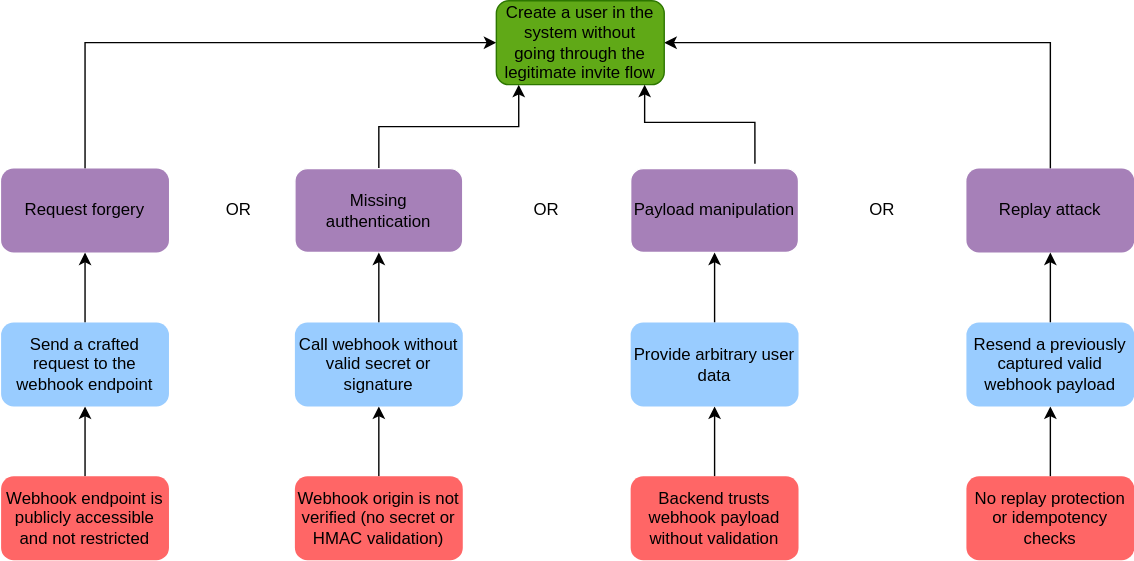
Before: docs/attack-trees/osorio1220846/images/Confirm_Invite.drawio.svg, a diagram exported from draw.io (mei-desofs/desofs2026-thu_crr_1). Source tidied: cells renumbered, new cells last; positions are measured from the earlier drawing's top-left corner, leaving out a move shared by most shapes.
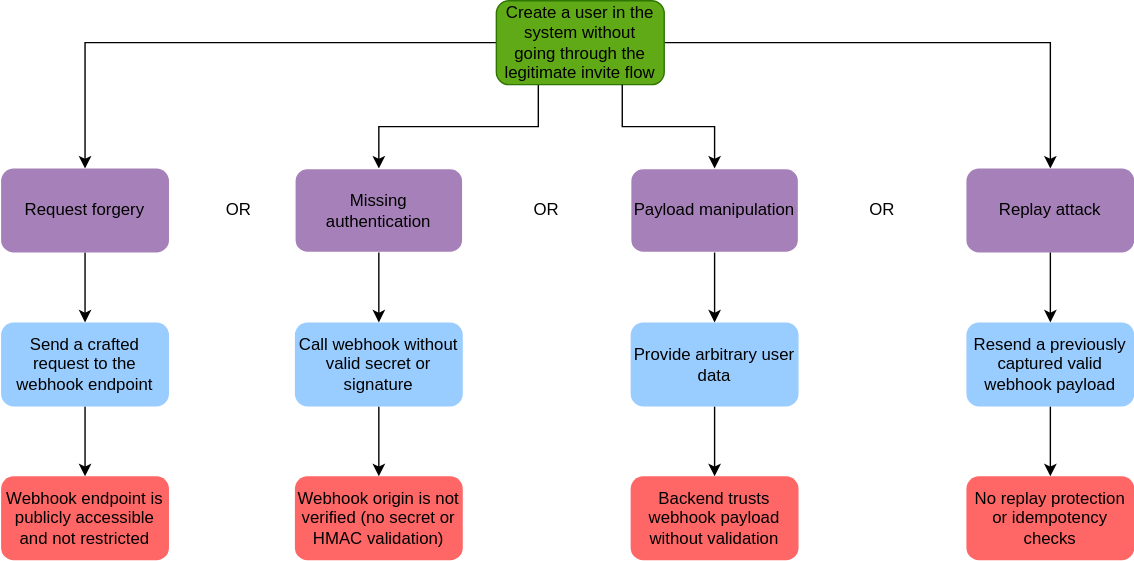
The same diagram one commit later.

What changed in the source:
```diff
@@ -2,38 +2,34 @@
   <root>
     <mxCell id="0" />
     <mxCell id="1" parent="0" />
-    <mxCell id="2" style="edgeStyle=orthogonalEdgeStyle;rounded=0;jettySize=auto;html=1;exitX=0.5;exitY=0;exitDx=0;exitDy=0;entryX=0;entryY=0.5;entryDx=0;entryDy=0;fontColor=light-dark(#000000,#000000);" parent="1" edge="1" source="8" target="7">
-      <mxGeometry relative="1" as="geometry">
-        <Array as="points">
-          <mxPoint x="60" y="30" />
-        </Array>
-      </mxGeometry>
-    </mxCell>
-    <mxCell id="3" style="edgeStyle=orthogonalEdgeStyle;rounded=0;jettySize=auto;html=1;exitX=0.5;exitY=0;exitDx=0;exitDy=0;fontColor=light-dark(#000000,#000000);" parent="1" edge="1" source="9" target="7">
-      <mxGeometry relative="1" as="geometry">
-        <Array as="points">
-          <mxPoint x="270" y="90" />
-          <mxPoint x="370" y="90" />
-        </Array>
-      </mxGeometry>
-    </mxCell>
-    <mxCell id="4" style="edgeStyle=orthogonalEdgeStyle;rounded=0;jettySize=auto;html=1;exitX=0.5;exitY=0;exitDx=0;exitDy=0;entryX=1;entryY=0.5;entryDx=0;entryDy=0;fontColor=light-dark(#000000,#000000);" parent="1" edge="1" source="10" target="7">
-      <mxGeometry relative="1" as="geometry" />
-    </mxCell>
-    <mxCell id="5" style="edgeStyle=orthogonalEdgeStyle;rounded=0;jettySize=auto;html=1;exitX=0.5;exitY=0;exitDx=0;exitDy=0;fontColor=light-dark(#000000,#000000);" parent="1" edge="1" source="11">
-      <mxGeometry relative="1" as="geometry">
-        <mxPoint x="60" y="180" as="targetPoint" />
-        <Array as="points">
-          <mxPoint x="60" y="220" />
-          <mxPoint x="60" y="220" />
-        </Array>
-      </mxGeometry>
-    </mxCell>
-    <mxCell id="6" style="edgeStyle=orthogonalEdgeStyle;rounded=0;jettySize=auto;html=1;exitX=0.5;exitY=0;exitDx=0;exitDy=0;entryX=0.5;entryY=1;entryDx=0;entryDy=0;fontColor=light-dark(#000000,#000000);" parent="1" edge="1" target="11">
-      <mxGeometry relative="1" as="geometry">
-        <mxPoint x="60" y="340" as="sourcePoint" />
-      </mxGeometry>
-    </mxCell>
+    <mxCell id="30" style="edgeStyle=orthogonalEdgeStyle;rounded=0;jettySize=auto;html=1;exitX=0;exitY=0.5;exitDx=0;exitDy=0;entryX=0.5;entryY=0;entryDx=0;entryDy=0;fontColor=light-dark(#000000,#000000);" parent="1" edge="1" source="7" target="8">
+      <mxGeometry relative="1" as="geometry">
+        <Array as="points">
+          <mxPoint x="60" y="30" />
+        </Array>
+      </mxGeometry>
+    </mxCell>
+    <mxCell id="31" style="edgeStyle=orthogonalEdgeStyle;rounded=0;jettySize=auto;html=1;exitX=0.25;exitY=1;exitDx=0;exitDy=0;fontColor=light-dark(#000000,#000000);entryX=0.5;entryY=0;entryDx=0;entryDy=0;" parent="1" edge="1" source="7" target="9">
+      <mxGeometry relative="1" as="geometry">
+        <Array as="points">
+          <mxPoint x="384" y="90" />
+          <mxPoint x="270" y="90" />
+        </Array>
+      </mxGeometry>
+    </mxCell>
+    <mxCell id="32" style="edgeStyle=orthogonalEdgeStyle;rounded=0;jettySize=auto;html=1;exitX=1;exitY=0.5;exitDx=0;exitDy=0;entryX=0.5;entryY=0;entryDx=0;entryDy=0;fontColor=light-dark(#000000,#000000);" parent="1" edge="1" source="7" target="10">
+      <mxGeometry relative="1" as="geometry">
+        <Array as="points">
+          <mxPoint x="750" y="30" />
+        </Array>
+      </mxGeometry>
+    </mxCell>
+    <mxCell id="33" style="edgeStyle=orthogonalEdgeStyle;rounded=0;jettySize=auto;html=1;exitX=0.5;exitY=1;exitDx=0;exitDy=0;fontColor=light-dark(#000000,#000000);entryX=0.5;entryY=0;entryDx=0;entryDy=0;" parent="1" edge="1" source="8" target="11">
+      <mxGeometry relative="1" as="geometry" />
+    </mxCell>
+    <mxCell id="34" style="edgeStyle=orthogonalEdgeStyle;rounded=0;jettySize=auto;html=1;exitX=0.5;exitY=1;exitDx=0;exitDy=0;entryX=0.5;entryY=0;entryDx=0;entryDy=0;fontColor=light-dark(#000000,#000000);" parent="1" edge="1" source="11" target="12">
+      <mxGeometry relative="1" as="geometry" />
+    </mxCell>
     <mxCell id="7" value="Create a user in the system without going&amp;nbsp;through the legitimate invite flow" style="rounded=1;whiteSpace=wrap;html=1;fillColor=#60a917;strokeColor=#2D7600;fontColor=light-dark(#000000,#000000);" parent="1" vertex="1">
       <mxGeometry x="354" width="120" height="60" as="geometry" />
     </mxCell>
@@ -58,32 +54,24 @@
     <mxCell id="14" value="OR" style="text;html=1;whiteSpace=wrap;strokeColor=none;fillColor=none;align=center;verticalAlign=middle;rounded=0;fontColor=light-dark(#000000,#FFFFFF);" parent="1" vertex="1">
       <mxGeometry x="600" y="135" width="60" height="30" as="geometry" />
     </mxCell>
-    <mxCell id="15" style="edgeStyle=orthogonalEdgeStyle;rounded=0;jettySize=auto;html=1;exitX=0.5;exitY=0;exitDx=0;exitDy=0;fontColor=light-dark(#000000,#000000);" parent="1" edge="1" source="17">
-      <mxGeometry relative="1" as="geometry">
-        <mxPoint x="750" y="180" as="targetPoint" />
-        <Array as="points">
-          <mxPoint x="750" y="220" />
-          <mxPoint x="750" y="220" />
-        </Array>
-      </mxGeometry>
-    </mxCell>
-    <mxCell id="16" style="edgeStyle=orthogonalEdgeStyle;rounded=0;jettySize=auto;html=1;exitX=0.5;exitY=0;exitDx=0;exitDy=0;entryX=0.5;entryY=1;entryDx=0;entryDy=0;fontColor=light-dark(#000000,#000000);" parent="1" edge="1" target="17">
-      <mxGeometry relative="1" as="geometry">
-        <mxPoint x="750" y="340" as="sourcePoint" />
-      </mxGeometry>
-    </mxCell>
+    <mxCell id="35" style="edgeStyle=orthogonalEdgeStyle;rounded=0;jettySize=auto;html=1;exitX=0.5;exitY=1;exitDx=0;exitDy=0;fontColor=light-dark(#000000,#000000);" parent="1" edge="1" source="10" target="17">
+      <mxGeometry relative="1" as="geometry" />
+    </mxCell>
+    <mxCell id="36" style="edgeStyle=orthogonalEdgeStyle;rounded=0;jettySize=auto;html=1;exitX=0.5;exitY=1;exitDx=0;exitDy=0;entryX=0.5;entryY=0;entryDx=0;entryDy=0;fontColor=light-dark(#000000,#000000);" parent="1" edge="1" source="17" target="18">
+      <mxGeometry relative="1" as="geometry" />
+    </mxCell>
     <mxCell id="17" value="Resend a previously captured valid webhook payload" style="rounded=1;whiteSpace=wrap;html=1;fillColor=#99CCFF;align=center;strokeColor=none;fontColor=light-dark(#000000,#000000);" parent="1" vertex="1">
       <mxGeometry x="690" y="230" width="120" height="60" as="geometry" />
     </mxCell>
     <mxCell id="18" value="No replay protection or idempotency checks" style="rounded=1;whiteSpace=wrap;html=1;fillColor=#FF6666;strokeColor=none;fontColor=light-dark(#000000,#000000);" parent="1" vertex="1">
       <mxGeometry x="690" y="340" width="120" height="60" as="geometry" />
     </mxCell>
-    <mxCell id="19" style="edgeStyle=orthogonalEdgeStyle;rounded=0;jettySize=auto;html=1;exitX=0.5;exitY=0;exitDx=0;exitDy=0;entryX=0.5;entryY=1;entryDx=0;entryDy=0;fontColor=light-dark(#000000,#000000);" parent="1" edge="1" source="22" target="21">
-      <mxGeometry relative="1" as="geometry" />
-    </mxCell>
-    <mxCell id="20" style="edgeStyle=orthogonalEdgeStyle;rounded=0;jettySize=auto;html=1;" parent="1" edge="1" source="21" target="9">
-      <mxGeometry relative="1" as="geometry" />
-    </mxCell>
+    <mxCell id="37" style="edgeStyle=orthogonalEdgeStyle;rounded=0;jettySize=auto;html=1;exitX=0.5;exitY=1;exitDx=0;exitDy=0;entryX=0.5;entryY=0;entryDx=0;entryDy=0;fontColor=light-dark(#000000,#000000);" parent="1" edge="1" source="21" target="22">
+      <mxGeometry relative="1" as="geometry" />
+    </mxCell>
+    <mxCell id="38" style="edgeStyle=orthogonalEdgeStyle;rounded=0;jettySize=auto;html=1;exitX=0.5;exitY=1;exitDx=0;exitDy=0;" parent="1" edge="1" source="9" target="21">
+      <mxGeometry relative="1" as="geometry" />
+    </mxCell>
     <mxCell id="21" value="Call webhook without valid secret or signature" style="rounded=1;whiteSpace=wrap;html=1;fillColor=#99CCFF;align=center;strokeColor=none;fontColor=light-dark(#000000,#000000);" parent="1" vertex="1">
       <mxGeometry x="210" y="230" width="120" height="60" as="geometry" />
     </mxCell>
@@ -93,28 +81,26 @@
     <mxCell id="23" value="Payload manipulation" style="rounded=1;whiteSpace=wrap;html=1;fillColor=#A680B8;strokeColor=#FFFFFF;fontColor=light-dark(#000000,#000000);" parent="1" vertex="1">
       <mxGeometry x="450" y="120" width="120" height="60" as="geometry" />
     </mxCell>
-    <mxCell id="24" style="edgeStyle=orthogonalEdgeStyle;rounded=0;jettySize=auto;html=1;exitX=0.5;exitY=0;exitDx=0;exitDy=0;entryX=0.5;entryY=1;entryDx=0;entryDy=0;fontColor=light-dark(#000000,#000000);" parent="1" edge="1" source="27" target="26">
-      <mxGeometry relative="1" as="geometry" />
-    </mxCell>
-    <mxCell id="25" style="edgeStyle=orthogonalEdgeStyle;rounded=0;jettySize=auto;html=1;" parent="1" edge="1" source="26" target="23">
-      <mxGeometry relative="1" as="geometry" />
-    </mxCell>
+    <mxCell id="39" style="edgeStyle=orthogonalEdgeStyle;rounded=0;jettySize=auto;html=1;exitX=0.5;exitY=1;exitDx=0;exitDy=0;entryX=0.5;entryY=0;entryDx=0;entryDy=0;fontColor=light-dark(#000000,#000000);" parent="1" edge="1" source="26" target="27">
+      <mxGeometry relative="1" as="geometry" />
+    </mxCell>
+    <mxCell id="40" style="edgeStyle=orthogonalEdgeStyle;rounded=0;jettySize=auto;html=1;entryX=0.5;entryY=0;entryDx=0;entryDy=0;exitX=0.5;exitY=1;exitDx=0;exitDy=0;" parent="1" edge="1" source="23" target="26">
+      <mxGeometry relative="1" as="geometry" />
+    </mxCell>
     <mxCell id="26" value="Provide arbitrary user data" style="rounded=1;whiteSpace=wrap;html=1;fillColor=#99CCFF;align=center;strokeColor=none;fontColor=light-dark(#000000,#000000);" parent="1" vertex="1">
       <mxGeometry x="450" y="230" width="120" height="60" as="geometry" />
     </mxCell>
     <mxCell id="27" value="Backend trusts webhook payload without validation" style="rounded=1;whiteSpace=wrap;html=1;fillColor=#FF6666;strokeColor=none;fontColor=light-dark(#000000,#000000);" parent="1" vertex="1">
       <mxGeometry x="450" y="340" width="120" height="60" as="geometry" />
     </mxCell>
-    <mxCell id="28" style="edgeStyle=orthogonalEdgeStyle;rounded=0;orthogonalLoop=1;jettySize=auto;html=1;exitX=0.5;exitY=0;exitDx=0;exitDy=0;fontColor=light-dark(#000000,#000000);entryX=0.643;entryY=1.057;entryDx=0;entryDy=0;entryPerimeter=0;" parent="1" edge="1">
-      <mxGeometry relative="1" as="geometry">
-        <mxPoint x="538.8" y="116.6" as="sourcePoint" />
-        <mxPoint x="460" y="60" as="targetPoint" />
-        <Array as="points">
-          <mxPoint x="539" y="87" />
-          <mxPoint x="460" y="87" />
-        </Array>
-      </mxGeometry>
-    </mxCell>
+    <mxCell id="41" style="edgeStyle=orthogonalEdgeStyle;rounded=0;jettySize=auto;html=1;exitX=0.75;exitY=1;exitDx=0;exitDy=0;fontColor=light-dark(#000000,#000000);" parent="1" edge="1" source="7" target="23">
+      <mxGeometry relative="1" as="geometry">
+        <Array as="points">
+          <mxPoint x="444" y="90" />
+          <mxPoint x="510" y="90" />
+        </Array>
+      </mxGeometry>
+    </mxCell>
     <mxCell id="29" value="OR" style="text;html=1;whiteSpace=wrap;strokeColor=none;fillColor=none;align=center;verticalAlign=middle;rounded=0;fontColor=light-dark(#000000,#FFFFFF);" parent="1" vertex="1">
       <mxGeometry x="360" y="135" width="60" height="30" as="geometry" />
     </mxCell>
```
